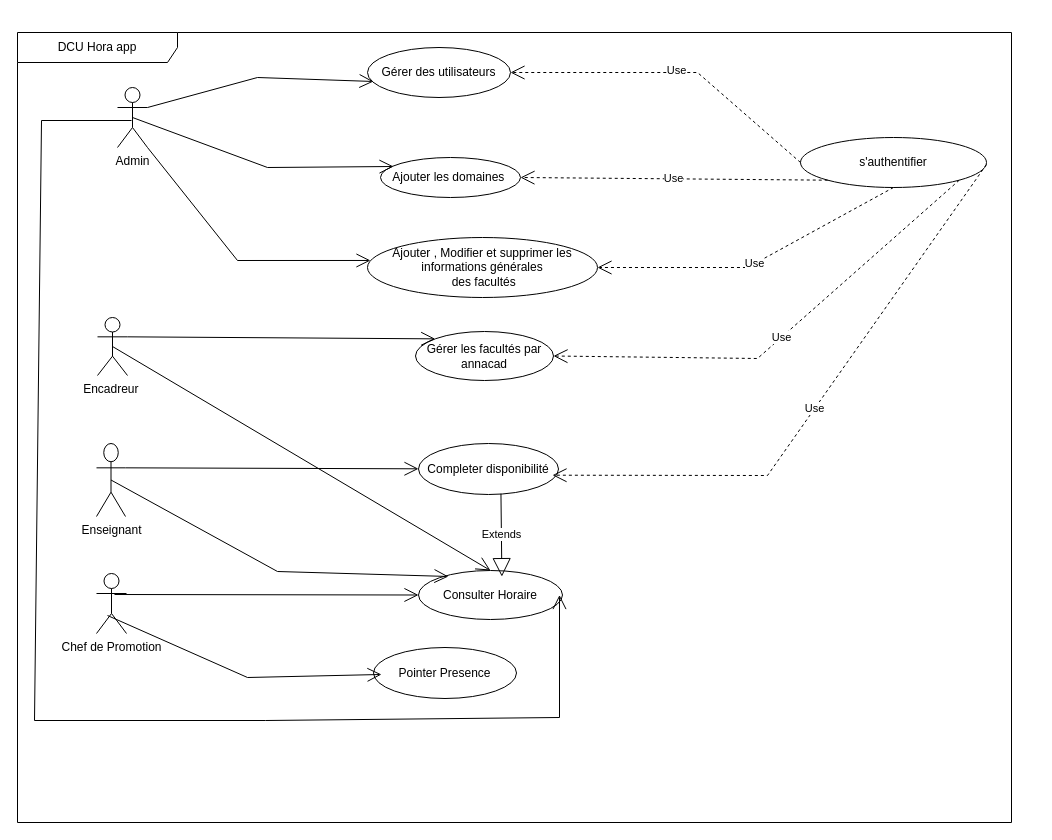
Above: Diagramme CU.drawio in Njuci/HoraireFascie2023_2024 (draw.io), before the change. Source tidied: cells renumbered, new cells numbered last; positions are measured from the earlier drawing's top-left corner, leaving out a move shared by most shapes. Both pictures are drawn from the tidied source at 100%, with x=0, y=0 at pixel (17, 32).
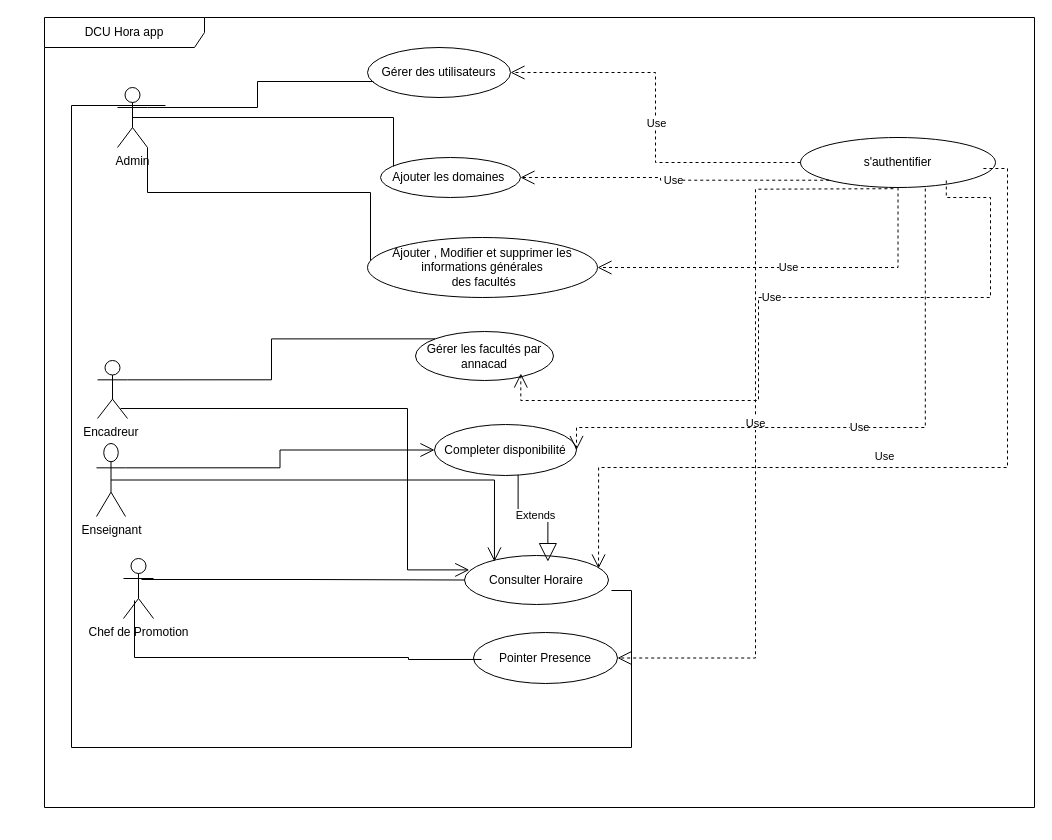
The same diagram, later.

Unchanged cells that the change refers to:
```xml
<mxCell id="2" value="Gérer des utilisateurs" style="ellipse;whiteSpace=wrap;html=1;" parent="1" vertex="1">
  <mxGeometry x="350" y="15" width="143" height="50" as="geometry" />
</mxCell>
<mxCell id="5" value="Ajouter&lt;span style=&quot;background-color: initial;&quot;&gt;&amp;nbsp;les domaines&amp;nbsp;&lt;/span&gt;" style="ellipse;whiteSpace=wrap;html=1;" parent="1" vertex="1">
  <mxGeometry x="363" y="125" width="140" height="40" as="geometry" />
</mxCell>
<mxCell id="7" value="Ajouter , Modifier et supprimer les informations générales&lt;div&gt;&amp;nbsp;des facultés&lt;/div&gt;" style="ellipse;whiteSpace=wrap;html=1;" parent="1" vertex="1">
  <mxGeometry x="350" y="205" width="230" height="60" as="geometry" />
</mxCell>
<mxCell id="9" value="Admin&lt;div&gt;&lt;br&gt;&lt;/div&gt;" style="shape=umlActor;verticalLabelPosition=bottom;verticalAlign=top;html=1;" parent="1" vertex="1">
  <mxGeometry x="100" y="55" width="30" height="60" as="geometry" />
</mxCell>
<mxCell id="13" value="Gérer les facultés par annacad" style="ellipse;whiteSpace=wrap;html=1;" parent="1" vertex="1">
  <mxGeometry x="398" y="299" width="138" height="49" as="geometry" />
</mxCell>
<mxCell id="19" value="Enseignant&lt;div&gt;&lt;br&gt;&lt;/div&gt;" style="shape=umlActor;verticalLabelPosition=bottom;verticalAlign=top;html=1;" parent="1" vertex="1">
  <mxGeometry x="79" y="411" width="29" height="73" as="geometry" />
</mxCell>
<mxCell id="23" value="Chef de Promotion&lt;div&gt;&lt;br&gt;&lt;/div&gt;" style="shape=umlActor;verticalLabelPosition=bottom;verticalAlign=top;html=1;" parent="21" vertex="1">
  <mxGeometry x="79" y="541" width="30" height="60" as="geometry" />
</mxCell>
```

The edit, as a diff of the source:
```diff
@@
     <mxCell id="3" value="s'authentifier" style="ellipse;whiteSpace=wrap;html=1;" parent="1" vertex="1">
-      <mxGeometry x="783" y="105" width="186" height="50" as="geometry" />
+      <mxGeometry x="783" y="105" width="195" height="50" as="geometry" />
     </mxCell>
-    <mxCell id="4" value="Use" style="endArrow=open;endSize=12;dashed=1;html=1;rounded=0;exitX=0;exitY=0.5;exitDx=0;exitDy=0;entryX=1;entryY=0.5;entryDx=0;entryDy=0;" parent="1" edge="1" source="3" target="2">
+    <mxCell id="4" value="Use" style="endArrow=open;endSize=12;dashed=1;html=1;rounded=0;exitX=0;exitY=0.5;exitDx=0;exitDy=0;entryX=1;entryY=0.5;entryDx=0;entryDy=0;edgeStyle=orthogonalEdgeStyle;" parent="1" edge="1" source="3" target="2">
       <mxGeometry x="-0.03" y="-2" relative="1" as="geometry">
-        <Array as="points">
-          <mxPoint x="680" y="40" />
-        </Array>
         <mxPoint x="-1" as="offset" />
       </mxGeometry>
     </mxCell>
@@
-    <mxCell id="6" value="Use" style="endArrow=open;endSize=12;dashed=1;html=1;rounded=0;exitX=0;exitY=1;exitDx=0;exitDy=0;entryX=1;entryY=0.5;entryDx=0;entryDy=0;" parent="1" edge="1" source="3" target="5">
+    <mxCell id="6" value="Use" style="endArrow=open;endSize=12;dashed=1;html=1;rounded=0;exitX=0;exitY=1;exitDx=0;exitDy=0;entryX=1;entryY=0.5;entryDx=0;entryDy=0;edgeStyle=orthogonalEdgeStyle;" parent="1" edge="1" source="3" target="5">
       <mxGeometry relative="1" as="geometry" />
     </mxCell>
@@
-    <mxCell id="8" value="Use" style="endArrow=open;endSize=12;dashed=1;html=1;rounded=0;exitX=0.5;exitY=1;exitDx=0;exitDy=0;entryX=1;entryY=0.5;entryDx=0;entryDy=0;" parent="1" edge="1" source="3" target="7">
-      <mxGeometry relative="1" as="geometry">
-        <Array as="points">
-          <mxPoint x="730" y="235" />
-        </Array>
-      </mxGeometry>
+    <mxCell id="8" value="Use" style="endArrow=open;endSize=12;dashed=1;html=1;rounded=0;exitX=0.5;exitY=1;exitDx=0;exitDy=0;entryX=1;entryY=0.5;entryDx=0;entryDy=0;edgeStyle=orthogonalEdgeStyle;" parent="1" edge="1" source="3" target="7">
+      <mxGeometry relative="1" as="geometry" />
     </mxCell>
@@
-    <mxCell id="10" style="endArrow=open;endFill=1;endSize=12;html=1;rounded=0;exitX=1;exitY=0.3333333333333333;exitDx=0;exitDy=0;exitPerimeter=0;entryX=0.042;entryY=0.68;entryDx=0;entryDy=0;entryPerimeter=0;" parent="1" edge="1" source="9" target="2">
-      <mxGeometry relative="1" as="geometry">
-        <Array as="points">
-          <mxPoint x="240" y="45" />
-        </Array>
-      </mxGeometry>
+    <mxCell id="10" style="endArrow=none;endFill=0;endSize=12;html=1;rounded=0;exitX=1;exitY=0.3333333333333333;exitDx=0;exitDy=0;exitPerimeter=0;entryX=0.042;entryY=0.68;entryDx=0;entryDy=0;entryPerimeter=0;edgeStyle=orthogonalEdgeStyle;startArrow=none;startFill=0;" parent="1" edge="1" source="9" target="2">
+      <mxGeometry relative="1" as="geometry" />
     </mxCell>
-    <mxCell id="11" style="endArrow=open;endFill=1;endSize=12;html=1;rounded=0;exitX=0.5;exitY=0.5;exitDx=0;exitDy=0;exitPerimeter=0;entryX=0.093;entryY=0.225;entryDx=0;entryDy=0;entryPerimeter=0;" parent="1" edge="1" source="9" target="5">
-      <mxGeometry relative="1" as="geometry">
-        <Array as="points">
-          <mxPoint x="250" y="135" />
-        </Array>
-      </mxGeometry>
+    <mxCell id="11" style="endArrow=none;endFill=0;endSize=12;html=1;rounded=0;exitX=0.5;exitY=0.5;exitDx=0;exitDy=0;exitPerimeter=0;entryX=0.093;entryY=0.225;entryDx=0;entryDy=0;entryPerimeter=0;edgeStyle=orthogonalEdgeStyle;" parent="1" edge="1" source="9" target="5">
+      <mxGeometry relative="1" as="geometry" />
     </mxCell>
-    <mxCell id="12" style="endArrow=open;endFill=1;endSize=12;html=1;rounded=0;exitX=1;exitY=1;exitDx=0;exitDy=0;exitPerimeter=0;entryX=0.013;entryY=0.383;entryDx=0;entryDy=0;entryPerimeter=0;" parent="1" edge="1" source="9" target="7">
-      <mxGeometry relative="1" as="geometry">
-        <Array as="points">
-          <mxPoint x="220" y="228" />
-        </Array>
-      </mxGeometry>
+    <mxCell id="12" style="endArrow=none;endFill=0;endSize=12;html=1;rounded=0;exitX=1;exitY=1;exitDx=0;exitDy=0;exitPerimeter=0;entryX=0.013;entryY=0.383;entryDx=0;entryDy=0;entryPerimeter=0;edgeStyle=orthogonalEdgeStyle;" parent="1" edge="1" source="9" target="7">
+      <mxGeometry relative="1" as="geometry" />
     </mxCell>
@@
-    <mxCell id="14" value="Use" style="endArrow=open;endSize=12;dashed=1;html=1;rounded=0;exitX=1;exitY=1;exitDx=0;exitDy=0;entryX=1;entryY=0.5;entryDx=0;entryDy=0;" parent="1" edge="1" source="3" target="13">
-      <mxGeometry relative="1" as="geometry">
-        <Array as="points">
-          <mxPoint x="740" y="326" />
-        </Array>
-      </mxGeometry>
-    </mxCell>
     <mxCell id="15" value="Encadreur&amp;nbsp;" style="shape=umlActor;verticalLabelPosition=bottom;verticalAlign=top;html=1;" parent="1" vertex="1">
-      <mxGeometry x="80" y="285" width="30" height="58" as="geometry" />
+      <mxGeometry x="80" y="328" width="30" height="58" as="geometry" />
     </mxCell>
     <mxCell id="16" value="Completer disponibilité" style="ellipse;whiteSpace=wrap;html=1;" parent="1" vertex="1">
-      <mxGeometry x="401" y="411" width="140" height="51" as="geometry" />
+      <mxGeometry x="417" y="392" width="142" height="51" as="geometry" />
     </mxCell>
-    <mxCell id="17" value="Use" style="endArrow=open;endSize=12;dashed=1;html=1;rounded=0;exitX=1;exitY=0.5;exitDx=0;exitDy=0;entryX=0.957;entryY=0.583;entryDx=0;entryDy=0;entryPerimeter=0;" parent="1" edge="1">
-      <mxGeometry relative="1" as="geometry">
-        <mxPoint x="969" y="132" as="sourcePoint" />
-        <mxPoint x="535" y="442.7" as="targetPoint" />
-        <Array as="points">
-          <mxPoint x="750" y="443" />
-        </Array>
-      </mxGeometry>
-    </mxCell>
-    <mxCell id="18" style="endArrow=open;endFill=1;endSize=12;html=1;rounded=0;entryX=0;entryY=0;entryDx=0;entryDy=0;exitX=1;exitY=0.3333333333333333;exitDx=0;exitDy=0;exitPerimeter=0;" parent="1" edge="1" source="15" target="13">
+    <mxCell id="18" style="endArrow=none;endFill=0;endSize=12;html=1;rounded=0;entryX=0;entryY=0;entryDx=0;entryDy=0;exitX=1;exitY=0.3333333333333333;exitDx=0;exitDy=0;exitPerimeter=0;edgeStyle=orthogonalEdgeStyle;" parent="1" edge="1" source="15" target="13">
       <mxGeometry relative="1" as="geometry" />
     </mxCell>
@@
-    <mxCell id="20" style="endArrow=open;endFill=1;endSize=12;html=1;rounded=0;exitX=1;exitY=0.3333333333333333;exitDx=0;exitDy=0;exitPerimeter=0;" parent="1" edge="1" source="19" target="16">
+    <mxCell id="20" style="endArrow=open;endFill=1;endSize=12;html=1;rounded=0;exitX=1;exitY=0.3333333333333333;exitDx=0;exitDy=0;exitPerimeter=0;edgeStyle=orthogonalEdgeStyle;" parent="1" edge="1" source="19" target="16">
       <mxGeometry relative="1" as="geometry" />
     </mxCell>
     <mxCell id="21" value="DCU Hora app" style="shape=umlFrame;whiteSpace=wrap;html=1;width=160;" parent="1" vertex="1">
-      <mxGeometry width="994" height="790" as="geometry" />
+      <mxGeometry x="27" y="-15" width="990" height="790" as="geometry" />
     </mxCell>
     <mxCell id="22" value="Consulter Horaire" style="ellipse;whiteSpace=wrap;html=1;" parent="21" vertex="1">
-      <mxGeometry x="401" y="538" width="144" height="49" as="geometry" />
+      <mxGeometry x="420" y="538" width="144" height="49" as="geometry" />
     </mxCell>
@@
-    <mxCell id="24" style="endArrow=open;endFill=1;endSize=12;html=1;rounded=0;exitX=0.6;exitY=0.35;exitDx=0;exitDy=0;exitPerimeter=0;entryX=0;entryY=0.5;entryDx=0;entryDy=0;" parent="21" edge="1" source="23" target="22">
+    <mxCell id="24" style="endArrow=none;endFill=0;endSize=12;html=1;rounded=0;exitX=0.6;exitY=0.35;exitDx=0;exitDy=0;exitPerimeter=0;entryX=0;entryY=0.5;entryDx=0;entryDy=0;edgeStyle=orthogonalEdgeStyle;" parent="21" edge="1" source="23" target="22">
       <mxGeometry relative="1" as="geometry" />
     </mxCell>
-    <mxCell id="25" style="endArrow=open;endFill=1;endSize=12;html=1;rounded=0;entryX=1;entryY=0.5;entryDx=0;entryDy=0;" parent="21" edge="1">
+    <mxCell id="25" style="endArrow=none;endFill=0;html=1;rounded=0;entryX=0.972;entryY=0.714;entryDx=0;entryDy=0;edgeStyle=orthogonalEdgeStyle;entryPerimeter=0;" parent="21" edge="1">
       <mxGeometry relative="1" as="geometry">
-        <mxPoint x="114" y="88" as="sourcePoint" />
-        <mxPoint x="542" y="562.5" as="targetPoint" />
+        <mxPoint x="121" y="88" as="sourcePoint" />
+        <mxPoint x="567" y="573" as="targetPoint" />
         <Array as="points">
-          <mxPoint x="24" y="88" />
-          <mxPoint x="17" y="688" />
-          <mxPoint x="248" y="688" />
-          <mxPoint x="542" y="685" />
+          <mxPoint x="27" y="88" />
+          <mxPoint x="27" y="730" />
+          <mxPoint x="587" y="730" />
+          <mxPoint x="587" y="573" />
         </Array>
       </mxGeometry>
     </mxCell>
     <mxCell id="26" value="Pointer Presence" style="ellipse;whiteSpace=wrap;html=1;" parent="21" vertex="1">
-      <mxGeometry x="356" y="615" width="143" height="51" as="geometry" />
+      <mxGeometry x="429" y="615" width="144" height="51" as="geometry" />
     </mxCell>
-    <mxCell id="27" style="endArrow=open;endFill=1;endSize=12;html=1;rounded=0;exitX=0.367;exitY=0.7;exitDx=0;exitDy=0;exitPerimeter=0;entryX=0.056;entryY=0.529;entryDx=0;entryDy=0;entryPerimeter=0;" parent="21" edge="1" source="23" target="26">
+    <mxCell id="27" style="endArrow=none;endFill=0;endSize=12;html=1;rounded=0;exitX=0.367;exitY=0.7;exitDx=0;exitDy=0;exitPerimeter=0;entryX=0.056;entryY=0.529;entryDx=0;entryDy=0;entryPerimeter=0;edgeStyle=orthogonalEdgeStyle;" parent="21" edge="1" source="23" target="26">
       <mxGeometry relative="1" as="geometry">
         <Array as="points">
-          <mxPoint x="230" y="645" />
+          <mxPoint x="90" y="640" />
+          <mxPoint x="364" y="640" />
         </Array>
       </mxGeometry>
     </mxCell>
+    <mxCell id="14" value="Use" style="endArrow=open;endSize=12;dashed=1;html=1;rounded=0;exitX=1;exitY=1;exitDx=0;exitDy=0;entryX=1;entryY=1;entryDx=0;entryDy=0;edgeStyle=orthogonalEdgeStyle;" parent="21" edge="1">
+      <mxGeometry relative="1" as="geometry">
+        <mxPoint x="901.8" y="163" as="sourcePoint" />
+        <mxPoint x="476.3" y="356" as="targetPoint" />
+        <Array as="points">
+          <mxPoint x="902" y="180" />
+          <mxPoint x="946" y="180" />
+          <mxPoint x="946" y="280" />
+          <mxPoint x="714" y="280" />
+          <mxPoint x="714" y="383" />
+          <mxPoint x="476" y="383" />
+        </Array>
+      </mxGeometry>
+    </mxCell>
+    <mxCell id="31" value="Use" style="endArrow=open;endSize=12;dashed=1;html=1;rounded=0;exitX=0.938;exitY=0.62;exitDx=0;exitDy=0;exitPerimeter=0;entryX=0.931;entryY=0.265;entryDx=0;entryDy=0;entryPerimeter=0;edgeStyle=orthogonalEdgeStyle;" parent="21" edge="1" source="3" target="22">
+      <mxGeometry x="0.07" y="-11" relative="1" as="geometry">
+        <Array as="points">
+          <mxPoint x="963" y="151" />
+          <mxPoint x="963" y="450" />
+          <mxPoint x="554" y="450" />
+        </Array>
+      </mxGeometry>
+    </mxCell>
+    <mxCell id="32" value="Use" style="endArrow=open;endSize=12;dashed=1;html=1;rounded=0;exitX=0.322;exitY=1.106;exitDx=0;exitDy=0;exitPerimeter=0;entryX=1;entryY=0.5;entryDx=0;entryDy=0;edgeStyle=orthogonalEdgeStyle;" parent="21" edge="1" target="26">
+      <mxGeometry relative="1" as="geometry">
+        <mxPoint x="848.9" y="171.2" as="sourcePoint" />
+      </mxGeometry>
+    </mxCell>
-    <mxCell id="28" value="Extends" style="endArrow=block;endSize=16;endFill=0;html=1;rounded=0;exitX=0.589;exitY=0.985;exitDx=0;exitDy=0;exitPerimeter=0;entryX=0.579;entryY=0.125;entryDx=0;entryDy=0;entryPerimeter=0;" parent="1" edge="1" source="16" target="22">
+    <mxCell id="28" value="Extends" style="endArrow=block;endSize=16;endFill=0;html=1;rounded=0;exitX=0.589;exitY=0.985;exitDx=0;exitDy=0;exitPerimeter=0;entryX=0.579;entryY=0.125;entryDx=0;entryDy=0;entryPerimeter=0;edgeStyle=orthogonalEdgeStyle;" parent="1" edge="1" source="16" target="22">
       <mxGeometry relative="1" as="geometry" />
     </mxCell>
-    <mxCell id="29" style="endArrow=open;endFill=1;endSize=12;html=1;rounded=0;exitX=0.5;exitY=0.5;exitDx=0;exitDy=0;exitPerimeter=0;entryX=0.208;entryY=0.122;entryDx=0;entryDy=0;entryPerimeter=0;" parent="1" edge="1" source="19" target="22">
-      <mxGeometry relative="1" as="geometry">
-        <Array as="points">
-          <mxPoint x="260" y="539" />
-        </Array>
-      </mxGeometry>
+    <mxCell id="29" style="endArrow=open;endFill=1;endSize=12;html=1;rounded=0;exitX=0.5;exitY=0.5;exitDx=0;exitDy=0;exitPerimeter=0;entryX=0.208;entryY=0.122;entryDx=0;entryDy=0;entryPerimeter=0;edgeStyle=orthogonalEdgeStyle;" parent="1" edge="1" source="19" target="22">
+      <mxGeometry relative="1" as="geometry" />
     </mxCell>
+    <mxCell id="33" value="Use" style="endArrow=open;endSize=12;dashed=1;html=1;rounded=0;exitX=0.64;exitY=1.02;exitDx=0;exitDy=0;exitPerimeter=0;entryX=1;entryY=0.5;entryDx=0;entryDy=0;edgeStyle=orthogonalEdgeStyle;" parent="1" edge="1" source="3" target="16">
+      <mxGeometry relative="1" as="geometry">
+        <Array as="points">
+          <mxPoint x="908" y="395" />
+          <mxPoint x="559" y="395" />
+        </Array>
+      </mxGeometry>
+    </mxCell>
-    <mxCell id="30" style="endArrow=open;endFill=1;endSize=12;html=1;rounded=0;exitX=0.5;exitY=0.5;exitDx=0;exitDy=0;exitPerimeter=0;entryX=0.5;entryY=0;entryDx=0;entryDy=0;" parent="1" edge="1" source="15" target="22">
-      <mxGeometry relative="1" as="geometry" />
+    <mxCell id="30" style="endArrow=open;endFill=1;endSize=12;html=1;rounded=0;exitX=0.771;exitY=0.828;exitDx=0;exitDy=0;exitPerimeter=0;entryX=0.033;entryY=0.294;entryDx=0;entryDy=0;entryPerimeter=0;edgeStyle=orthogonalEdgeStyle;" parent="1" edge="1" source="15" target="22">
+      <mxGeometry relative="1" as="geometry">
+        <Array as="points">
+          <mxPoint x="390" y="376" />
+          <mxPoint x="390" y="537" />
+        </Array>
+      </mxGeometry>
     </mxCell>
```
